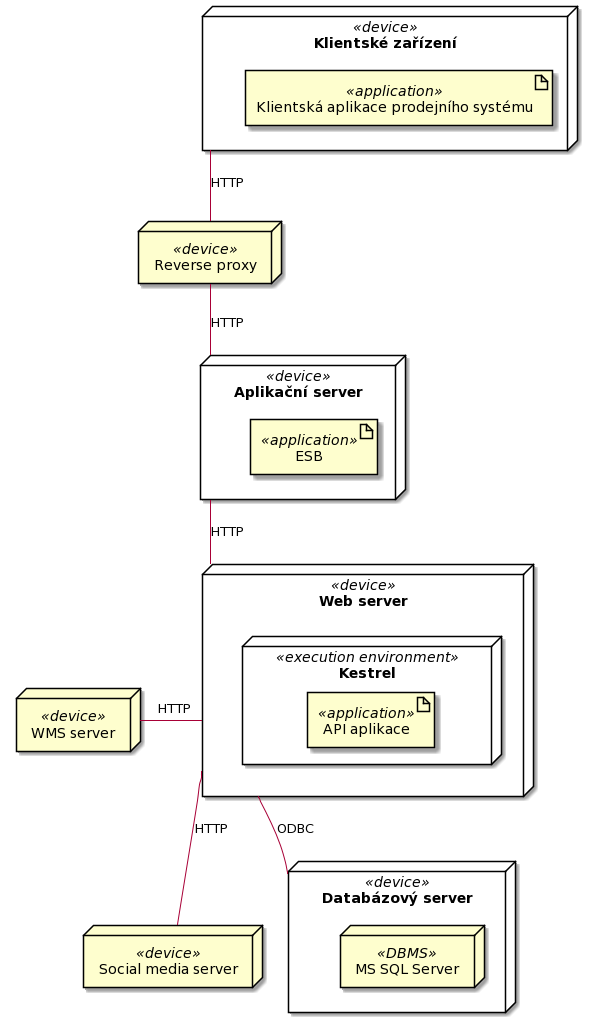
Before: dokumentace architektury/architektura 1/assets/prodejni_system_deployment_diagram.png, a diagram exported from PlantUML (MichalMoudry/4IT575-seminarni-prace). The source it was exported from:
```plantuml
@startuml
node "Klientské zařízení" as clientDevice <<device>> {

artifact "Klientská aplikace prodejního systému" <<application>>

}

node "Reverse proxy" as reverseProxy <<device>>

node "Aplikační server" as appServer <<device>> {

artifact "ESB" <<application>>

}

node "Web server" as webServer <<device>> {

node Kestrel <<execution environment>> {

artifact "API aplikace" <<application>>

}

}

node "Databázový server" as dbServer <<device>> {

node "MS SQL Server" <<DBMS>>

}

node "WMS server" as wmsServer <<device>>

node "Social media server" as socialMediaServer <<device>>

clientDevice -- reverseProxy : "HTTP"

reverseProxy -- appServer : "HTTP"

appServer -- webServer : "HTTP"

webServer -- dbServer : "ODBC"

webServer -left- wmsServer : "HTTP"

webServer -- socialMediaServer : "HTTP"
@enduml
```
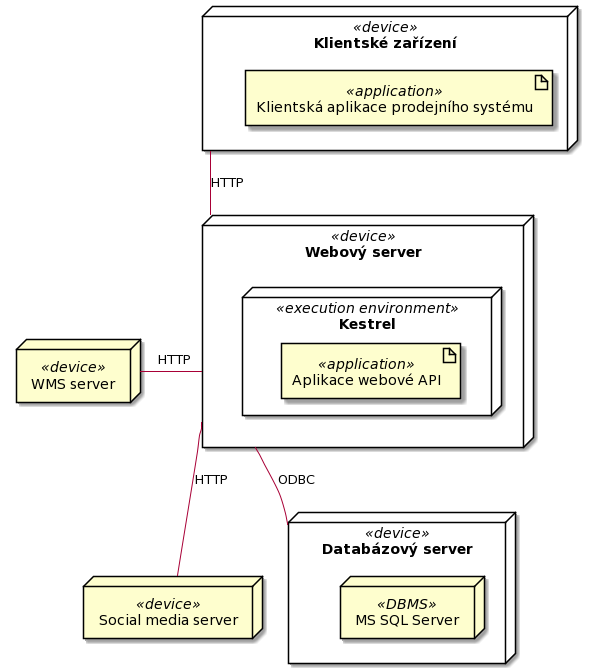
After the change.

Commit message:
Updated deployment view

The edit, as a diff of the source:
```diff
@@ -1,23 +1,15 @@
 @startuml
-node "Klientské zařízení" as clientDevice <<device>> {
+node "Klientské zařízení" as client <<device>> {
 
 artifact "Klientská aplikace prodejního systému" <<application>>
 
 }
 
-node "Reverse proxy" as reverseProxy <<device>>
-
-node "Aplikační server" as appServer <<device>> {
-
-artifact "ESB" <<application>>
-
-}
-
-node "Web server" as webServer <<device>> {
+node "Webový server" as webServer <<device>> {
 
 node Kestrel <<execution environment>> {
 
-artifact "API aplikace" <<application>>
+artifact "Aplikace webové API" <<application>>
 
 }
 
@@ -33,11 +25,7 @@
 
 node "Social media server" as socialMediaServer <<device>>
 
-clientDevice -- reverseProxy : "HTTP"
-
-reverseProxy -- appServer : "HTTP"
-
-appServer -- webServer : "HTTP"
+client -- webServer : "HTTP"
 
 webServer -- dbServer : "ODBC"
 
```
